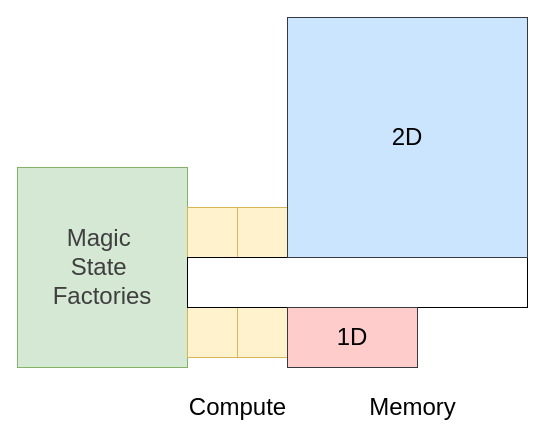
Above: page "Architecture" (3 of 7) of diagrams/Paper figures.drawio in gunagya/quicksilver (draw.io), before the change. Source tidied: cells renumbered, new cells numbered last; positions are measured from the earlier drawing's top-left corner, leaving out a move shared by most shapes. Both pictures are drawn from the tidied source at 100%, with x=0, y=0 at pixel (17, 17).
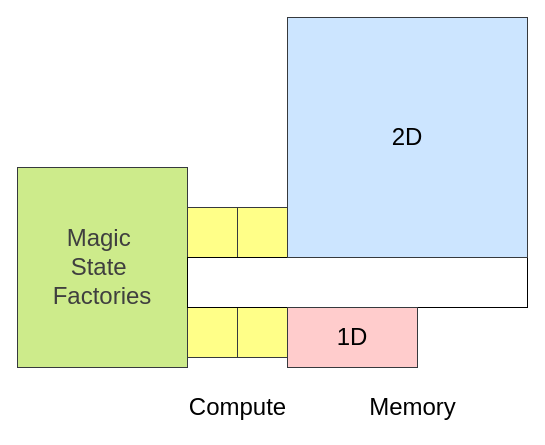
The same diagram, later.

Diff of the diagram source:
```diff
@@
 <mxGraphModel>
   <root>
     <mxCell id="0" />
     <mxCell id="1" parent="0" />
-    <mxCell id="2" value="&lt;span style=&quot;color: rgb(63, 63, 63); font-size: 24px; text-wrap-mode: nowrap;&quot;&gt;Magic&amp;nbsp;&lt;/span&gt;&lt;div&gt;&lt;span style=&quot;color: rgb(63, 63, 63); font-size: 24px; text-wrap-mode: nowrap;&quot;&gt;State&amp;nbsp;&lt;/span&gt;&lt;/div&gt;&lt;div&gt;&lt;span style=&quot;color: rgb(63, 63, 63); font-size: 24px; text-wrap-mode: nowrap;&quot;&gt;Factories&lt;/span&gt;&lt;/div&gt;" style="rounded=0;whiteSpace=wrap;html=1;fillColor=#d5e8d4;strokeColor=#82b366;" parent="1" vertex="1">
+    <mxCell id="2" value="&lt;span style=&quot;color: rgb(63, 63, 63); font-size: 24px; text-wrap-mode: nowrap;&quot;&gt;Magic&amp;nbsp;&lt;/span&gt;&lt;div&gt;&lt;span style=&quot;color: rgb(63, 63, 63); font-size: 24px; text-wrap-mode: nowrap;&quot;&gt;State&amp;nbsp;&lt;/span&gt;&lt;/div&gt;&lt;div&gt;&lt;span style=&quot;color: rgb(63, 63, 63); font-size: 24px; text-wrap-mode: nowrap;&quot;&gt;Factories&lt;/span&gt;&lt;/div&gt;" style="rounded=0;whiteSpace=wrap;html=1;fillColor=#cdeb8b;strokeColor=#36393d;" parent="1" vertex="1">
       <mxGeometry y="150" width="170" height="200" as="geometry" />
     </mxCell>
     <mxCell id="3" value="&lt;font style=&quot;font-size: 24px;&quot;&gt;Memory&lt;/font&gt;" style="text;html=1;align=center;verticalAlign=middle;strokeColor=none;fillColor=none;" parent="1" vertex="1">
       <mxGeometry x="340" y="370" width="110" height="40" as="geometry" />
     </mxCell>
     <mxCell id="4" style="rounded=0;whiteSpace=wrap;html=1;" parent="1" vertex="1">
       <mxGeometry x="170" y="190" width="100" height="150" as="geometry" />
     </mxCell>
-    <mxCell id="5" style="whiteSpace=wrap;html=1;fillColor=#fff2cc;strokeColor=#d6b656;" parent="1" vertex="1">
+    <mxCell id="5" style="whiteSpace=wrap;html=1;fillColor=#ffff88;strokeColor=#36393d;" parent="1" vertex="1">
       <mxGeometry x="170" y="290" width="50" height="50" as="geometry" />
     </mxCell>
-    <mxCell id="6" style="whiteSpace=wrap;html=1;fillColor=#fff2cc;strokeColor=#d6b656;" parent="1" vertex="1">
+    <mxCell id="6" style="whiteSpace=wrap;html=1;fillColor=#ffff88;strokeColor=#36393d;" parent="1" vertex="1">
       <mxGeometry x="170" y="190" width="50" height="50" as="geometry" />
     </mxCell>
-    <mxCell id="7" style="whiteSpace=wrap;html=1;fillColor=#fff2cc;strokeColor=#d6b656;" parent="1" vertex="1">
+    <mxCell id="7" style="whiteSpace=wrap;html=1;fillColor=#ffff88;strokeColor=#36393d;" parent="1" vertex="1">
       <mxGeometry x="220" y="290" width="50" height="50" as="geometry" />
     </mxCell>
-    <mxCell id="8" style="whiteSpace=wrap;html=1;fillColor=#fff2cc;strokeColor=#d6b656;" parent="1" vertex="1">
+    <mxCell id="8" style="whiteSpace=wrap;html=1;fillColor=#ffff88;strokeColor=#36393d;" parent="1" vertex="1">
       <mxGeometry x="220" y="190" width="50" height="50" as="geometry" />
     </mxCell>
     <mxCell id="9" style="rounded=0;whiteSpace=wrap;html=1;" parent="1" vertex="1">
       <mxGeometry x="170" y="240" width="340" height="50" as="geometry" />
     </mxCell>
     <mxCell id="10" value="&lt;font style=&quot;font-size: 24px;&quot;&gt;Compute&lt;/font&gt;" style="text;html=1;align=center;verticalAlign=middle;strokeColor=none;fillColor=none;" parent="1" vertex="1">
       <mxGeometry x="160" y="370" width="120" height="40" as="geometry" />
     </mxCell>
     <mxCell id="11" value="&lt;font style=&quot;font-size: 24px;&quot;&gt;2D&lt;/font&gt;" style="whiteSpace=wrap;html=1;fillColor=#cce5ff;strokeColor=#36393d;" parent="1" vertex="1">
       <mxGeometry x="270" width="240" height="240" as="geometry" />
     </mxCell>
     <mxCell id="12" value="&lt;font style=&quot;font-size: 24px;&quot;&gt;1D&lt;/font&gt;" style="rounded=0;whiteSpace=wrap;html=1;fillColor=#ffcccc;strokeColor=#36393d;" parent="1" vertex="1">
       <mxGeometry x="270" y="290" width="130" height="60" as="geometry" />
     </mxCell>
   </root>
 </mxGraphModel>
```
